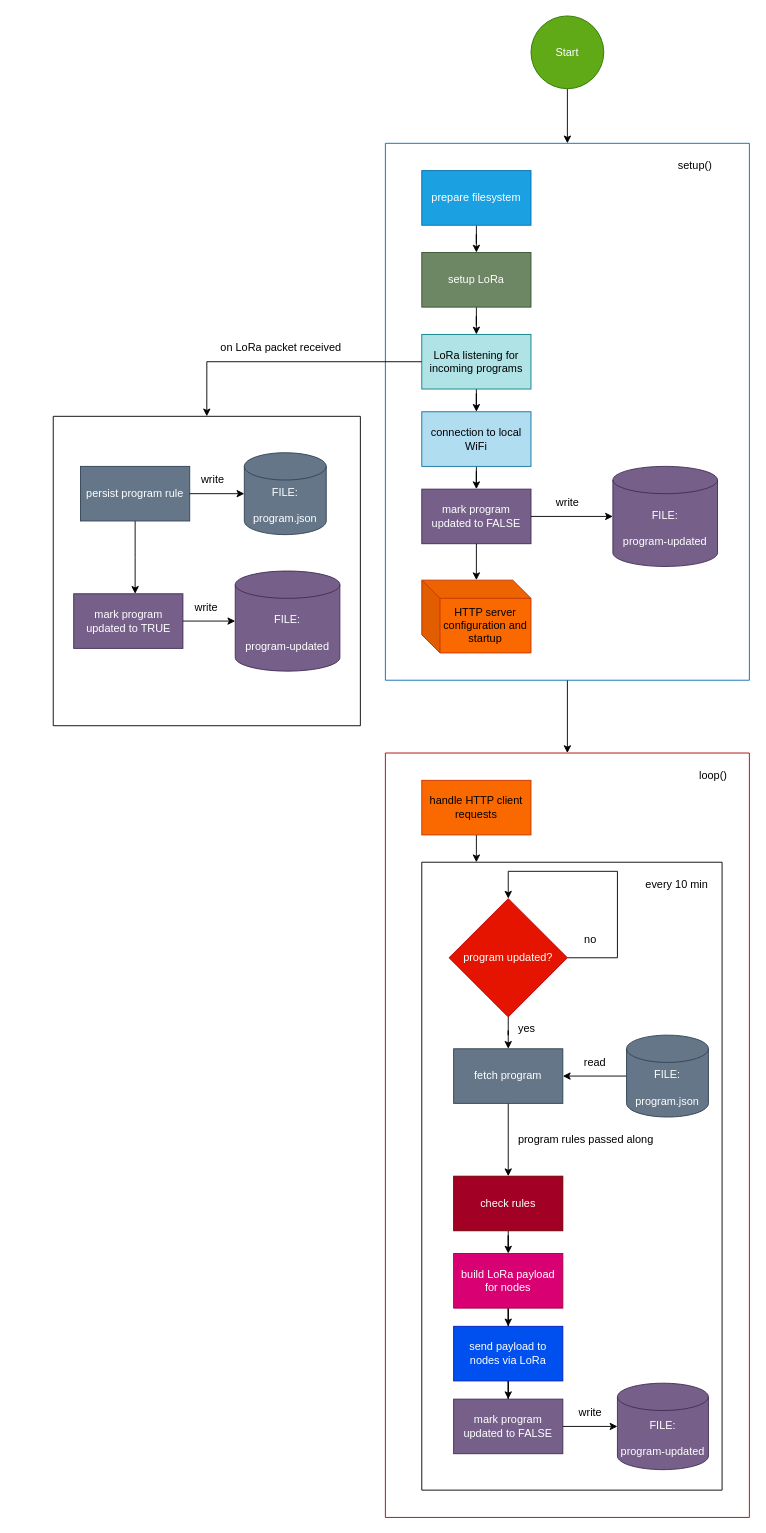
The draw.io diagram doc/master-node.drawio in grimimirg/gartner-nodes, before the edit. Source tidied: cells renumbered, new cells numbered last; positions are measured from the earlier drawing's top-left corner, leaving out a move shared by most shapes. Both pictures are drawn from the tidied source at 91%, with x=0, y=0 at pixel (53, 15).
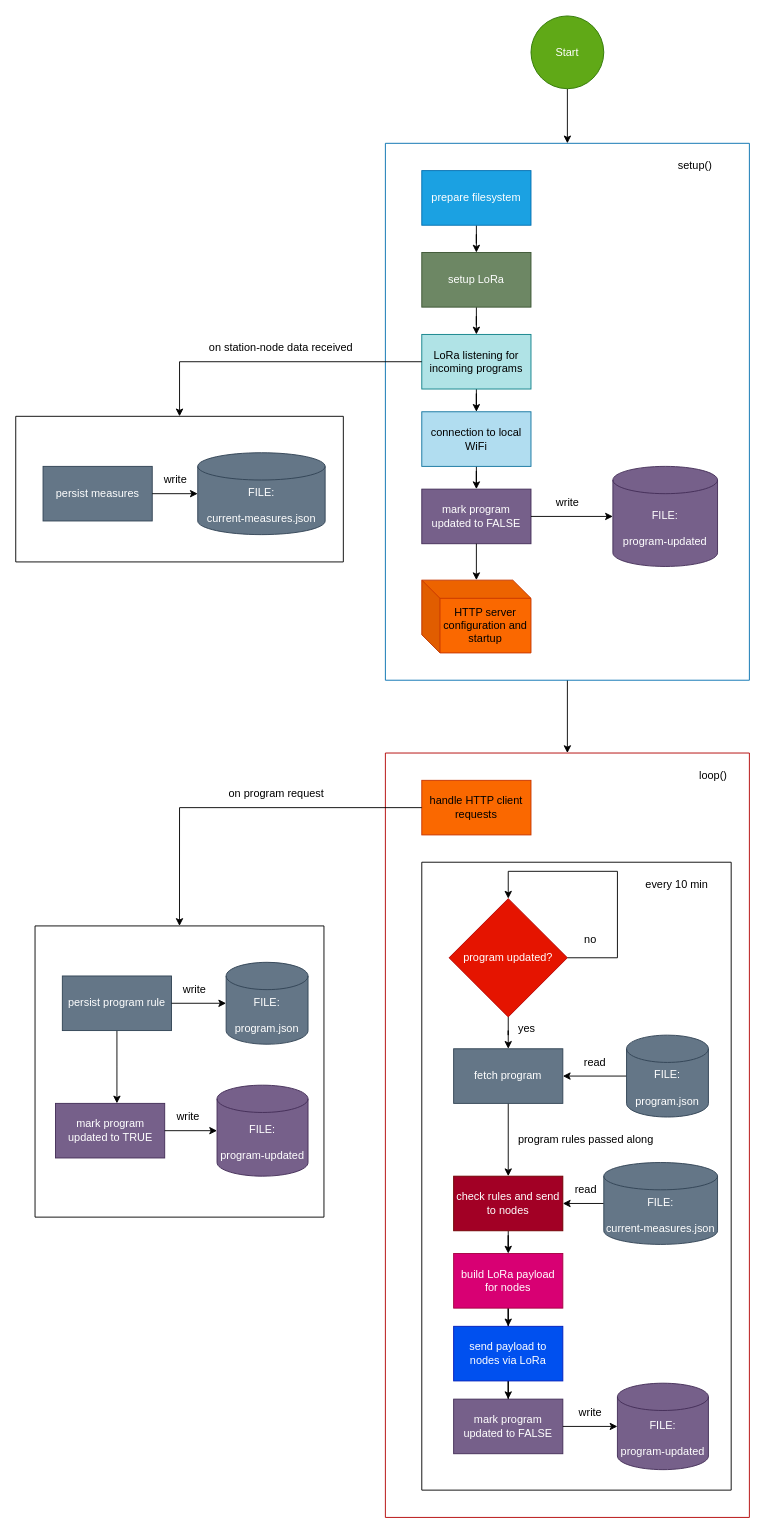
The same diagram, later.

Commit message (it also covers changes not shown here):
feat(master-node) [measurements] Measurements from station-node persisted in a file

The change refers to these unchanged cells:
```xml
<mxCell id="10" value="LoRa listening for incoming programs" style="rounded=0;whiteSpace=wrap;html=1;fillColor=#b0e3e6;strokeColor=#0e8088;" parent="3" vertex="1">
  <mxGeometry x="40" y="210" width="120" height="60" as="geometry" />
</mxCell>
<mxCell id="21" style="swimlane;startSize=0;fillColor=#e51400;fontColor=#ffffff;strokeColor=#B20000;" parent="1" vertex="1">
  <mxGeometry x="365" y="810" width="400" height="840" as="geometry" />
</mxCell>
<mxCell id="24" value="handle HTTP client requests" style="rounded=0;whiteSpace=wrap;html=1;fillColor=#fa6800;fontColor=#000000;strokeColor=#C73500;" parent="21" vertex="1">
  <mxGeometry x="40" y="30" width="120" height="60" as="geometry" />
</mxCell>
```

The edit, as a diff of the source:
```diff
@@
-    <mxCell id="23" style="edgeStyle=orthogonalEdgeStyle;rounded=0;jettySize=auto;html=1;" parent="21" edge="1" source="24">
-      <mxGeometry relative="1" as="geometry">
-        <mxPoint x="100" y="120" as="targetPoint" />
-      </mxGeometry>
-    </mxCell>
@@
     <mxCell id="25" style="swimlane;startSize=0;" parent="21" vertex="1">
-      <mxGeometry x="40" y="120" width="330" height="690" as="geometry" />
+      <mxGeometry x="40" y="120" width="340" height="690" as="geometry" />
     </mxCell>
@@
-    <mxCell id="35" value="check rules" style="whiteSpace=wrap;html=1;fillColor=#a20025;fontColor=#ffffff;strokeColor=#6F0000;" parent="25" vertex="1">
+    <mxCell id="35" value="check rules and send to nodes" style="whiteSpace=wrap;html=1;fillColor=#a20025;fontColor=#ffffff;strokeColor=#6F0000;" parent="25" vertex="1">
       <mxGeometry x="35" y="345" width="120" height="60" as="geometry" />
     </mxCell>
@@
+    <mxCell id="60" style="edgeStyle=orthogonalEdgeStyle;rounded=0;jettySize=auto;html=1;entryX=1;entryY=0.5;entryDx=0;entryDy=0;" parent="25" edge="1" source="61" target="35">
+      <mxGeometry relative="1" as="geometry" />
+    </mxCell>
+    <mxCell id="61" value="&lt;div&gt;FILE:&lt;/div&gt;&lt;div&gt;&lt;br&gt;&lt;/div&gt;&lt;div&gt;current-measures.json&lt;/div&gt;" style="shape=cylinder3;whiteSpace=wrap;html=1;boundedLbl=1;backgroundOutline=1;size=15;fillColor=#647687;fontColor=#ffffff;strokeColor=#314354;" parent="25" vertex="1">
+      <mxGeometry x="200" y="330" width="125" height="90" as="geometry" />
+    </mxCell>
+    <mxCell id="62" value="&lt;div&gt;read&lt;/div&gt;" style="text;html=1;align=center;verticalAlign=middle;strokeColor=none;fillColor=none;" parent="25" vertex="1">
+      <mxGeometry x="155" y="345" width="50" height="30" as="geometry" />
+    </mxCell>
@@
     <mxCell id="48" style="swimlane;startSize=0;" parent="1" vertex="1">
-      <mxGeometry y="440" width="337.5" height="340" as="geometry" />
+      <mxGeometry x="-20" y="1000" width="317.5" height="320" as="geometry" />
     </mxCell>
@@
     <mxCell id="55" value="&lt;div&gt;FILE:&lt;/div&gt;&lt;div&gt;&lt;br&gt;&lt;/div&gt;&lt;div&gt;program-updated&lt;/div&gt;" style="shape=cylinder3;whiteSpace=wrap;html=1;boundedLbl=1;backgroundOutline=1;size=15;fillColor=#76608a;fontColor=#ffffff;strokeColor=#432D57;" parent="48" vertex="1">
-      <mxGeometry x="200" y="170" width="115" height="110" as="geometry" />
+      <mxGeometry x="200" y="175" width="100" height="100" as="geometry" />
     </mxCell>
@@
-    <mxCell id="58" style="edgeStyle=orthogonalEdgeStyle;rounded=0;jettySize=auto;html=1;entryX=0.5;entryY=0;entryDx=0;entryDy=0;" parent="1" edge="1" source="10" target="48">
-      <mxGeometry relative="1" as="geometry" />
-    </mxCell>
-    <mxCell id="59" value="on LoRa packet received" style="text;html=1;align=center;verticalAlign=middle;strokeColor=none;fillColor=none;" parent="1" vertex="1">
-      <mxGeometry x="170" y="350" width="160" height="30" as="geometry" />
-    </mxCell>
+    <mxCell id="63" style="edgeStyle=orthogonalEdgeStyle;rounded=0;jettySize=auto;html=1;entryX=0.5;entryY=0;entryDx=0;entryDy=0;" parent="1" edge="1" source="24" target="48">
+      <mxGeometry relative="1" as="geometry" />
+    </mxCell>
+    <mxCell id="64" style="swimlane;startSize=0;" parent="1" vertex="1">
+      <mxGeometry x="-41.2" y="440" width="360" height="160" as="geometry" />
+    </mxCell>
+    <mxCell id="65" value="persist measures" style="whiteSpace=wrap;html=1;fillColor=#647687;fontColor=#ffffff;strokeColor=#314354;" parent="64" vertex="1">
+      <mxGeometry x="30" y="55" width="120" height="60" as="geometry" />
+    </mxCell>
+    <mxCell id="66" value="&lt;div&gt;FILE:&lt;/div&gt;&lt;div&gt;&lt;br&gt;&lt;/div&gt;&lt;div&gt;current-measures.json&lt;/div&gt;" style="shape=cylinder3;whiteSpace=wrap;html=1;boundedLbl=1;backgroundOutline=1;size=15;fillColor=#647687;fontColor=#ffffff;strokeColor=#314354;" parent="64" vertex="1">
+      <mxGeometry x="200" y="40" width="140" height="90" as="geometry" />
+    </mxCell>
+    <mxCell id="67" style="edgeStyle=orthogonalEdgeStyle;rounded=0;jettySize=auto;html=1;entryX=0;entryY=0.5;entryDx=0;entryDy=0;entryPerimeter=0;" parent="64" edge="1" source="65" target="66">
+      <mxGeometry relative="1" as="geometry" />
+    </mxCell>
+    <mxCell id="68" value="write" style="text;html=1;align=center;verticalAlign=middle;strokeColor=none;fillColor=none;" parent="64" vertex="1">
+      <mxGeometry x="150" y="55" width="50" height="30" as="geometry" />
+    </mxCell>
+    <mxCell id="69" style="edgeStyle=orthogonalEdgeStyle;rounded=0;jettySize=auto;html=1;entryX=0.5;entryY=0;entryDx=0;entryDy=0;" parent="1" edge="1" source="10" target="64">
+      <mxGeometry relative="1" as="geometry" />
+    </mxCell>
+    <mxCell id="70" value="on station-node data received" style="text;html=1;align=center;verticalAlign=middle;strokeColor=none;fillColor=none;" parent="1" vertex="1">
+      <mxGeometry x="160" y="350" width="180" height="30" as="geometry" />
+    </mxCell>
+    <mxCell id="71" value="on program request" style="text;html=1;align=center;verticalAlign=middle;strokeColor=none;fillColor=none;" parent="1" vertex="1">
+      <mxGeometry x="180" y="840" width="130" height="30" as="geometry" />
+    </mxCell>
```
